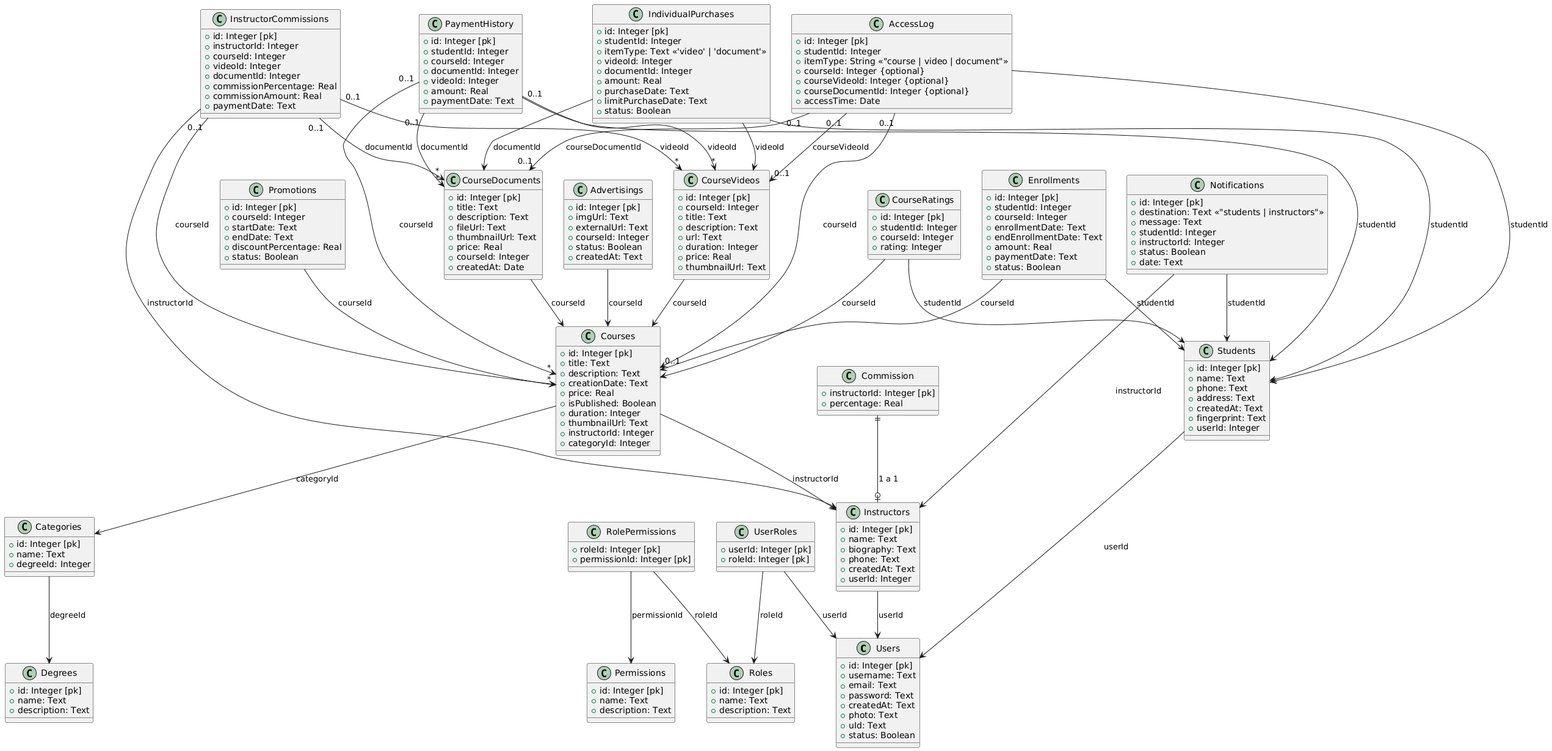
Before: db_classes/inprosur_clases.png, a diagram exported from PlantUML (inprosur/inprosur_api).
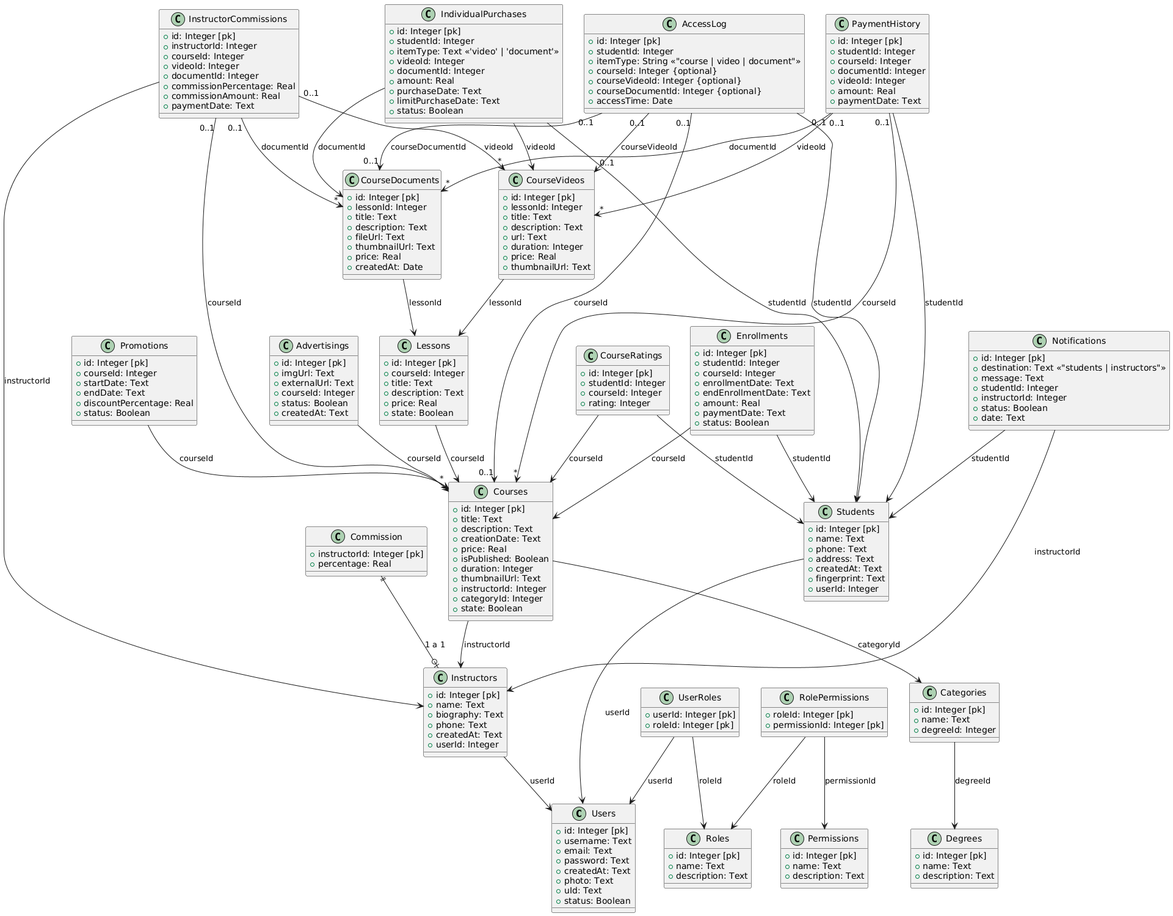
After the change.

Commit message:
refactor UML diagram to include state attributes and restructure course-related classes

The edit, as a diff of the source:
```diff
@@ -86,14 +86,26 @@
   + thumbnailUrl: Text
   + instructorId: Integer
   + categoryId: Integer
+  + state: Boolean
 }
 
 Courses --> Instructors : instructorId
 Courses --> Categories : categoryId
 
+class Lessons {
+  + id: Integer [pk]
+  + courseId: Integer
+  + title: Text
+  + description: Text
+  + price: Real
+  + state: Boolean
+}
+
+Lessons --> Courses : courseId
+
 class CourseVideos {
   + id: Integer [pk]
-  + courseId: Integer
+  + lessonId: Integer
   + title: Text
   + description: Text
   + url: Text
@@ -102,7 +114,20 @@
   + thumbnailUrl: Text
 }
 
-CourseVideos --> Courses : courseId
+CourseVideos --> Lessons : lessonId
+
+class CourseDocuments {
+  + id: Integer [pk]
+  + lessonId: Integer
+  + title: Text
+  + description: Text
+  + fileUrl: Text
+  + thumbnailUrl: Text
+  + price: Real
+  + createdAt: Date
+}
+
+CourseDocuments --> Lessons : lessonId
 
 class Enrollments {
   + id: Integer [pk]
@@ -128,7 +153,6 @@
 }
 
 Promotions --> Courses : courseId
-
 
 class Advertisings {
   + id: Integer [pk]
@@ -182,19 +206,6 @@
 InstructorCommissions "0..1" --> "*" CourseVideos : videoId
 InstructorCommissions "0..1" --> "*" CourseDocuments : documentId
 
-class CourseDocuments {
-  + id: Integer [pk]
-  + title: Text
-  + description: Text
-  + fileUrl: Text
-  + thumbnailUrl: Text
-  + price: Real
-  + courseId: Integer
-  + createdAt: Date
-}
-
-CourseDocuments --> Courses : courseId
-
 class AccessLog {
   + id: Integer [pk]
   + studentId: Integer
```
